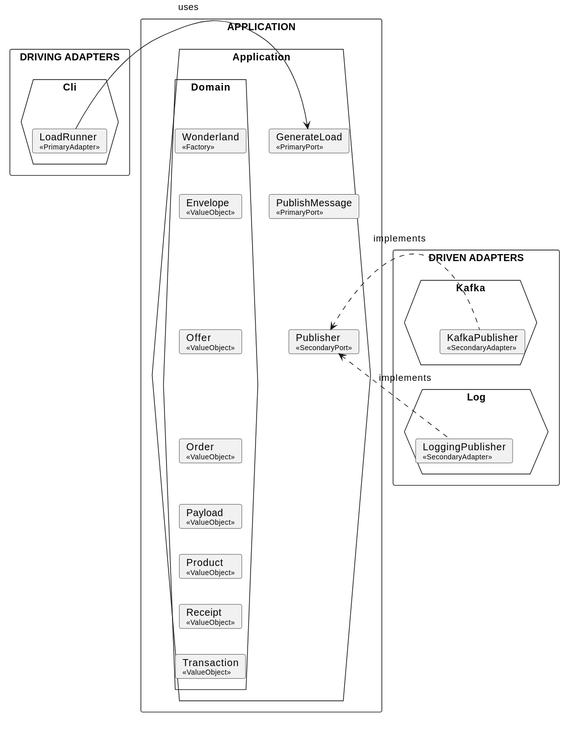
This is docs/generated/architecture/svg/hexagon.svg from Mathmagicians/confluent-eventing-playground, a PlantUML export, as it was before one commit.
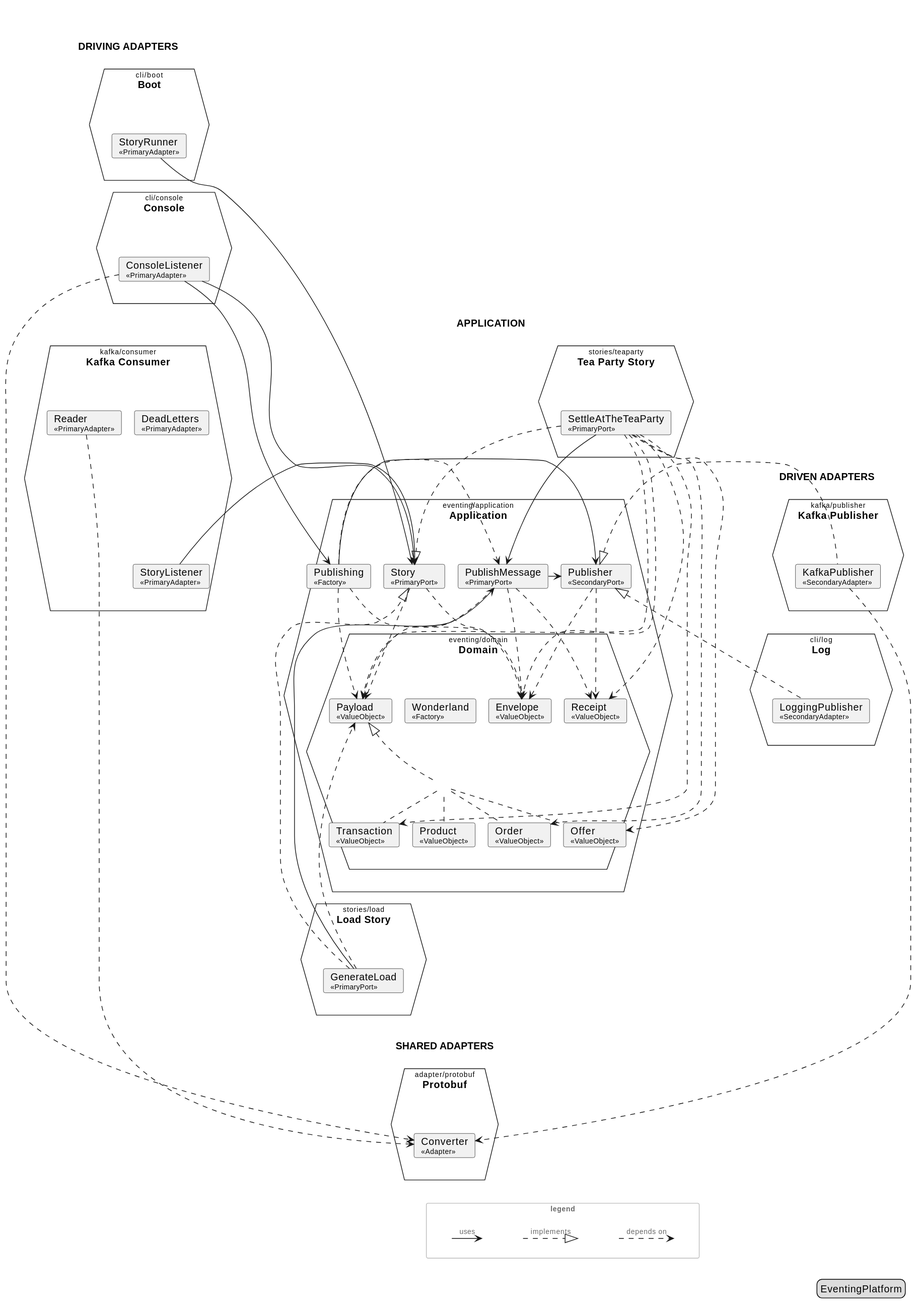
After the commit.

Diff of the diagram source:
```diff
@@ -2,53 +2,180 @@
 !pragma layout smetana
 skinparam shadowing false
 skinparam defaultTextAlignment left
+skinparam ranksep 24
+skinparam nodesep 24
+skinparam ArrowFontSize 10
+skinparam ArrowFontColor #666666
 <style>
-hexagon { HorizontalAlignment center }
+hexagon { HorizontalAlignment center; FontStyle plain }
 rectangle { HorizontalAlignment center }
 </style>
 
-rectangle "DRIVING ADAPTERS" as driving {
-  hexagon "Cli" as m_Cli {
-    card "LoadRunner\n<size:10>«PrimaryAdapter»</size>" as m_Cli_LoadRunner
+rectangle "DRIVING ADAPTERS" as driving #line:transparent {
+  hexagon "<size:10>cli/boot</size>\n<b>Boot</b>" as m_Boot {
+    rectangle "<size:1> </size>" as m_Boot_in #line:transparent {
+      card "StoryRunner\n<size:10>«PrimaryAdapter»</size>" as m_Boot_StoryRunner
+    }
   }
+  hexagon "<size:10>cli/console</size>\n<b>Console</b>" as m_Console {
+    rectangle "<size:1> </size>" as m_Console_in #line:transparent {
+      card "ConsoleListener\n<size:10>«PrimaryAdapter»</size>" as m_Console_ConsoleListener
+    }
+  }
+  hexagon "<size:10>kafka/consumer</size>\n<b>Kafka Consumer</b>" as m_Kafka_Consumer {
+    rectangle "<size:1> </size>" as m_Kafka_Consumer_in #line:transparent {
+      card "DeadLetters\n<size:10>«PrimaryAdapter»</size>" as m_Kafka_Consumer_DeadLetters
+      card "Reader\n<size:10>«PrimaryAdapter»</size>" as m_Kafka_Consumer_Reader
+      card "StoryListener\n<size:10>«PrimaryAdapter»</size>" as m_Kafka_Consumer_StoryListener
+      m_Kafka_Consumer_DeadLetters -[hidden]right-> m_Kafka_Consumer_Reader
+      m_Kafka_Consumer_DeadLetters -[hidden]down-> m_Kafka_Consumer_StoryListener
+    }
+  }
+  m_Boot_StoryRunner -[hidden]down-> m_Console_ConsoleListener
+  m_Console_ConsoleListener -[hidden]down-> m_Kafka_Consumer_DeadLetters
 }
-rectangle "APPLICATION" as core {
-  hexagon "Application" as m_Application {
-    card "GenerateLoad\n<size:10>«PrimaryPort»</size>" as m_Application_GenerateLoad
-    card "PublishMessage\n<size:10>«PrimaryPort»</size>" as m_Application_PublishMessage
-    card "Publisher\n<size:10>«SecondaryPort»</size>" as m_Application_Publisher
-    m_Application_GenerateLoad -[hidden]-> m_Application_PublishMessage
-    m_Application_PublishMessage -[hidden]-> m_Application_Publisher
-    hexagon "Domain" as m_Domain {
-      card "Wonderland\n<size:10>«Factory»</size>" as m_Domain_Wonderland
-      card "Envelope\n<size:10>«ValueObject»</size>" as m_Domain_Envelope
-      card "Offer\n<size:10>«ValueObject»</size>" as m_Domain_Offer
-      card "Order\n<size:10>«ValueObject»</size>" as m_Domain_Order
-      card "Payload\n<size:10>«ValueObject»</size>" as m_Domain_Payload
-      card "Product\n<size:10>«ValueObject»</size>" as m_Domain_Product
-      card "Receipt\n<size:10>«ValueObject»</size>" as m_Domain_Receipt
-      card "Transaction\n<size:10>«ValueObject»</size>" as m_Domain_Transaction
-      m_Domain_Wonderland -[hidden]-> m_Domain_Envelope
-      m_Domain_Envelope -[hidden]-> m_Domain_Offer
-      m_Domain_Offer -[hidden]-> m_Domain_Order
-      m_Domain_Order -[hidden]-> m_Domain_Payload
-      m_Domain_Payload -[hidden]-> m_Domain_Product
-      m_Domain_Product -[hidden]-> m_Domain_Receipt
-      m_Domain_Receipt -[hidden]-> m_Domain_Transaction
+rectangle "APPLICATION" as core #line:transparent {
+  hexagon "<size:10>eventing/application</size>\n<b>Application</b>" as m_Application {
+    rectangle "<size:1> </size>" as m_Application_in #line:transparent {
+      card "PublishMessage\n<size:10>«PrimaryPort»</size>" as m_Application_PublishMessage
+      card "Story\n<size:10>«PrimaryPort»</size>" as m_Application_Story
+      card "Publisher\n<size:10>«SecondaryPort»</size>" as m_Application_Publisher
+      card "Publishing\n<size:10>«Factory»</size>" as m_Application_Publishing
+      m_Application_PublishMessage -[hidden]right-> m_Application_Story
+      m_Application_Story -[hidden]right-> m_Application_Publisher
+      m_Application_Publisher -[hidden]right-> m_Application_Publishing
+      hexagon "<size:10>eventing/domain</size>\n<b>Domain</b>" as m_Domain {
+        rectangle "<size:1> </size>" as m_Domain_in #line:transparent {
+          card "Wonderland\n<size:10>«Factory»</size>" as m_Domain_Wonderland
+          card "Envelope\n<size:10>«ValueObject»</size>" as m_Domain_Envelope
+          card "Payload\n<size:10>«ValueObject»</size>" as m_Domain_Payload
+          card "Offer\n<size:10>«ValueObject»</size>" as m_Domain_Offer
+          card "Order\n<size:10>«ValueObject»</size>" as m_Domain_Order
+          card "Product\n<size:10>«ValueObject»</size>" as m_Domain_Product
+          card "Transaction\n<size:10>«ValueObject»</size>" as m_Domain_Transaction
+          label "<size:1> </size>" as m_Domain_Payload_j
+          m_Domain_Offer .up. m_Domain_Payload_j
+          m_Domain_Order .up. m_Domain_Payload_j
+          m_Domain_Product .up. m_Domain_Payload_j
+          m_Domain_Transaction .up. m_Domain_Payload_j
+          m_Domain_Payload_j .up.|> m_Domain_Payload
+          card "Receipt\n<size:10>«ValueObject»</size>" as m_Domain_Receipt
+          m_Domain_Wonderland -[hidden]right-> m_Domain_Envelope
+          m_Domain_Envelope -[hidden]right-> m_Domain_Payload
+          m_Domain_Payload -[hidden]right-> m_Domain_Receipt
+          m_Domain_Offer -[hidden]right-> m_Domain_Order
+          m_Domain_Order -[hidden]right-> m_Domain_Product
+          m_Domain_Product -[hidden]right-> m_Domain_Transaction
+          m_Domain_Payload -[hidden]down-> m_Domain_Order
+        }
+      }
+      m_Application_PublishMessage -[hidden]down-> m_Domain_Envelope
+      m_Application_Story -[hidden]down-> m_Domain_Envelope
+      m_Application_Publisher -[hidden]down-> m_Domain_Envelope
+      m_Application_Publishing -[hidden]down-> m_Domain_Envelope
+    }
+  }
+  hexagon "<size:10>stories/load</size>\n<b>Load Story</b>" as m_Load_Story {
+    rectangle "<size:1> </size>" as m_Load_Story_in #line:transparent {
+      card "GenerateLoad\n<size:10>«PrimaryPort»</size>" as m_Load_Story_GenerateLoad
+    }
+  }
+  hexagon "<size:10>stories/teaparty</size>\n<b>Tea Party Story</b>" as m_Tea_Party_Story {
+    rectangle "<size:1> </size>" as m_Tea_Party_Story_in #line:transparent {
+      card "SettleAtTheTeaParty\n<size:10>«PrimaryPort»</size>" as m_Tea_Party_Story_SettleAtTheTeaParty
+    }
+  }
+  m_Domain_Offer -[hidden]down-> m_Load_Story_GenerateLoad
+  m_Domain_Order -[hidden]down-> m_Load_Story_GenerateLoad
+  m_Domain_Product -[hidden]down-> m_Load_Story_GenerateLoad
+  m_Domain_Transaction -[hidden]down-> m_Load_Story_GenerateLoad
+  m_Load_Story_GenerateLoad -[hidden]down-> m_Tea_Party_Story_SettleAtTheTeaParty
+}
+rectangle "DRIVEN ADAPTERS" as driven #line:transparent {
+  hexagon "<size:10>kafka/publisher</size>\n<b>Kafka Publisher</b>" as m_Kafka_Publisher {
+    rectangle "<size:1> </size>" as m_Kafka_Publisher_in #line:transparent {
+      card "KafkaPublisher\n<size:10>«SecondaryAdapter»</size>" as m_Kafka_Publisher_KafkaPublisher
+    }
+  }
+  hexagon "<size:10>cli/log</size>\n<b>Log</b>" as m_Log {
+    rectangle "<size:1> </size>" as m_Log_in #line:transparent {
+      card "LoggingPublisher\n<size:10>«SecondaryAdapter»</size>" as m_Log_LoggingPublisher
+    }
+  }
+  m_Kafka_Publisher_KafkaPublisher -[hidden]down-> m_Log_LoggingPublisher
+}
+rectangle "SHARED ADAPTERS" as shared #line:transparent {
+  hexagon "<size:10>adapter/protobuf</size>\n<b>Protobuf</b>" as m_Protobuf {
+    rectangle "<size:1> </size>" as m_Protobuf_in #line:transparent {
+      card "Converter\n<size:10>«Adapter»</size>" as m_Protobuf_Converter
     }
   }
 }
-rectangle "DRIVEN ADAPTERS" as driven {
-  hexagon "Kafka" as m_Kafka {
-    card "KafkaPublisher\n<size:10>«SecondaryAdapter»</size>" as m_Kafka_KafkaPublisher
-  }
-  hexagon "Log" as m_Log {
-    card "LoggingPublisher\n<size:10>«SecondaryAdapter»</size>" as m_Log_LoggingPublisher
-  }
-    m_Kafka -[hidden]-> m_Log
+label " " as t_driving
+t_driving -[hidden]down-> m_Boot_StoryRunner
+label " " as t_core
+t_driving -[hidden]right-> t_core
+driving -[hidden]right-> core
+t_core -[hidden]down-> m_Application_Story
+label " " as t_driven
+t_core -[hidden]right-> t_driven
+core -[hidden]right-> driven
+t_driven -[hidden]down-> m_Kafka_Publisher_KafkaPublisher
+m_Domain_Offer -[hidden]down-> m_Protobuf_Converter
+m_Domain_Order -[hidden]down-> m_Protobuf_Converter
+m_Domain_Product -[hidden]down-> m_Protobuf_Converter
+m_Domain_Transaction -[hidden]down-> m_Protobuf_Converter
+m_Load_Story_GenerateLoad -[hidden]down-> m_Protobuf_Converter
+m_Tea_Party_Story_SettleAtTheTeaParty -[hidden]down-> m_Protobuf_Converter
+
+m_Application_PublishMessage -right-> m_Application_Publisher
+m_Application_PublishMessage ..> m_Domain_Envelope
+m_Application_PublishMessage ..> m_Domain_Payload
+m_Application_PublishMessage ..> m_Domain_Receipt
+m_Application_Publisher ..> m_Domain_Envelope
+m_Application_Publisher ..> m_Domain_Receipt
+m_Application_Publishing .right.> m_Application_PublishMessage
+m_Application_Publishing -right-> m_Application_Publisher
+m_Application_Publishing ..> m_Domain_Envelope
+m_Application_Publishing ..> m_Domain_Payload
+m_Application_Story ..> m_Domain_Envelope
+m_Application_Story ..> m_Domain_Payload
+m_Boot_StoryRunner -right-> m_Application_Story
+m_Console_ConsoleListener -right-> m_Application_Publishing
+m_Console_ConsoleListener -right-> m_Application_Story
+m_Console_ConsoleListener .[norank].> m_Protobuf_Converter
+m_Kafka_Consumer_Reader .[norank].> m_Protobuf_Converter
+m_Kafka_Consumer_StoryListener -right-> m_Application_Story
+m_Kafka_Publisher_KafkaPublisher .left.|> m_Application_Publisher
+m_Kafka_Publisher_KafkaPublisher .[norank].> m_Protobuf_Converter
+m_Load_Story_GenerateLoad --> m_Application_PublishMessage
+m_Load_Story_GenerateLoad ..|> m_Application_Story
+m_Load_Story_GenerateLoad ..> m_Domain_Payload
+m_Log_LoggingPublisher .left.|> m_Application_Publisher
+m_Tea_Party_Story_SettleAtTheTeaParty --> m_Application_PublishMessage
+m_Tea_Party_Story_SettleAtTheTeaParty ..|> m_Application_Story
+m_Tea_Party_Story_SettleAtTheTeaParty ..> m_Domain_Envelope
+m_Tea_Party_Story_SettleAtTheTeaParty ..> m_Domain_Offer
+m_Tea_Party_Story_SettleAtTheTeaParty ..> m_Domain_Order
+m_Tea_Party_Story_SettleAtTheTeaParty ..> m_Domain_Payload
+m_Tea_Party_Story_SettleAtTheTeaParty ..> m_Domain_Receipt
+m_Tea_Party_Story_SettleAtTheTeaParty ..> m_Domain_Transaction
+
+rectangle "<size:10>legend</size>" as legend #line:BBBBBB;text:666666 {
+  label " " as l_uses_from
+  label " " as l_uses_to
+  l_uses_from -right-> l_uses_to : uses
+  label " " as l_implements_from
+  label " " as l_implements_to
+  l_implements_from .right.|> l_implements_to : implements
+  label " " as l_depends_on_from
+  label " " as l_depends_on_to
+  l_depends_on_from .right.> l_depends_on_to : depends on
+  l_uses_to -[hidden]right-> l_implements_from
+  l_implements_to -[hidden]right-> l_depends_on_from
 }
-
-m_Cli_LoadRunner -right-> m_Application_GenerateLoad : uses
-m_Kafka_KafkaPublisher .left.> m_Application_Publisher : implements
-m_Log_LoggingPublisher .left.> m_Application_Publisher : implements
+m_Protobuf_Converter -[hidden]down-> l_uses_from
+legend right
+  EventingPlatform
+endlegend
 @enduml
```
